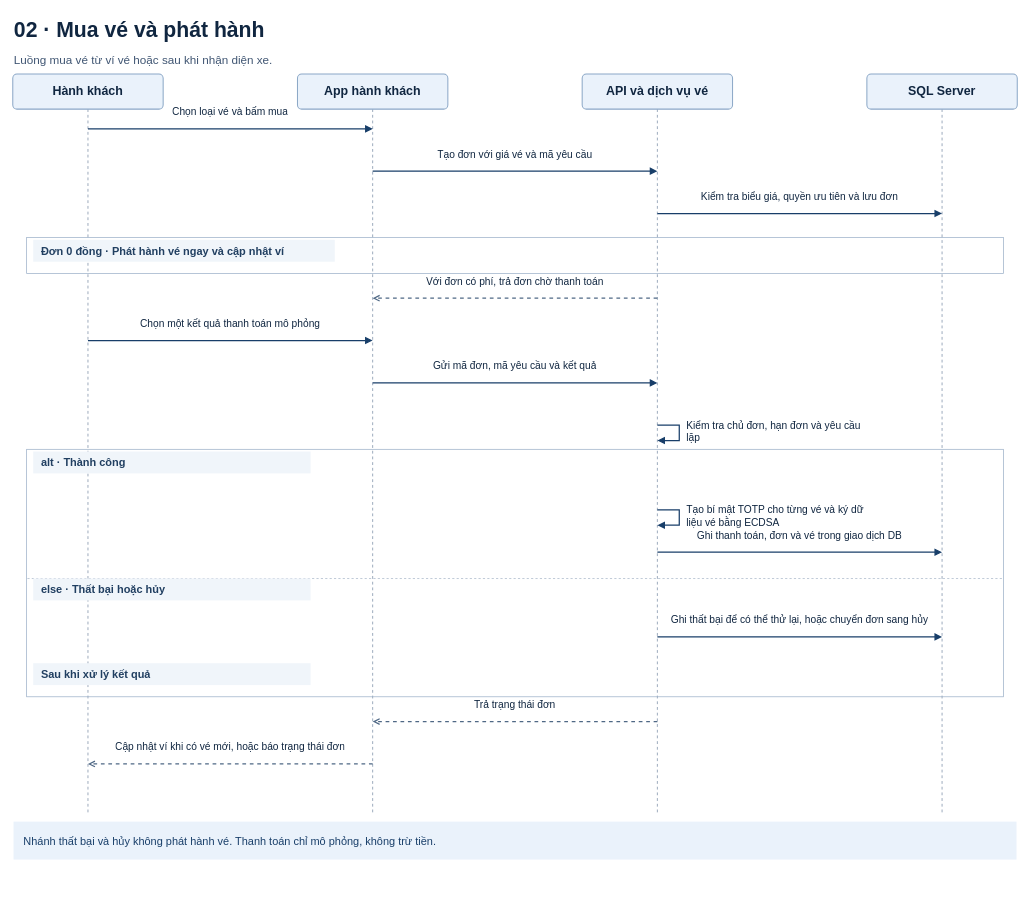
Earlier version of the draw.io diagram page "02 · Mua vé và phát hành" (2 of 6) of word/SmartBus - Sequence QR va soat ve.drawio (thinh082/DATN_NguyenPhuocThinh_1150070040). Source tidied: cells renumbered, new cells numbered last; positions are measured from the earlier drawing's top-left corner, leaving out a move shared by most shapes. Both pictures are drawn from the tidied source at 73%, with x=0, y=0 at pixel (12, 12).
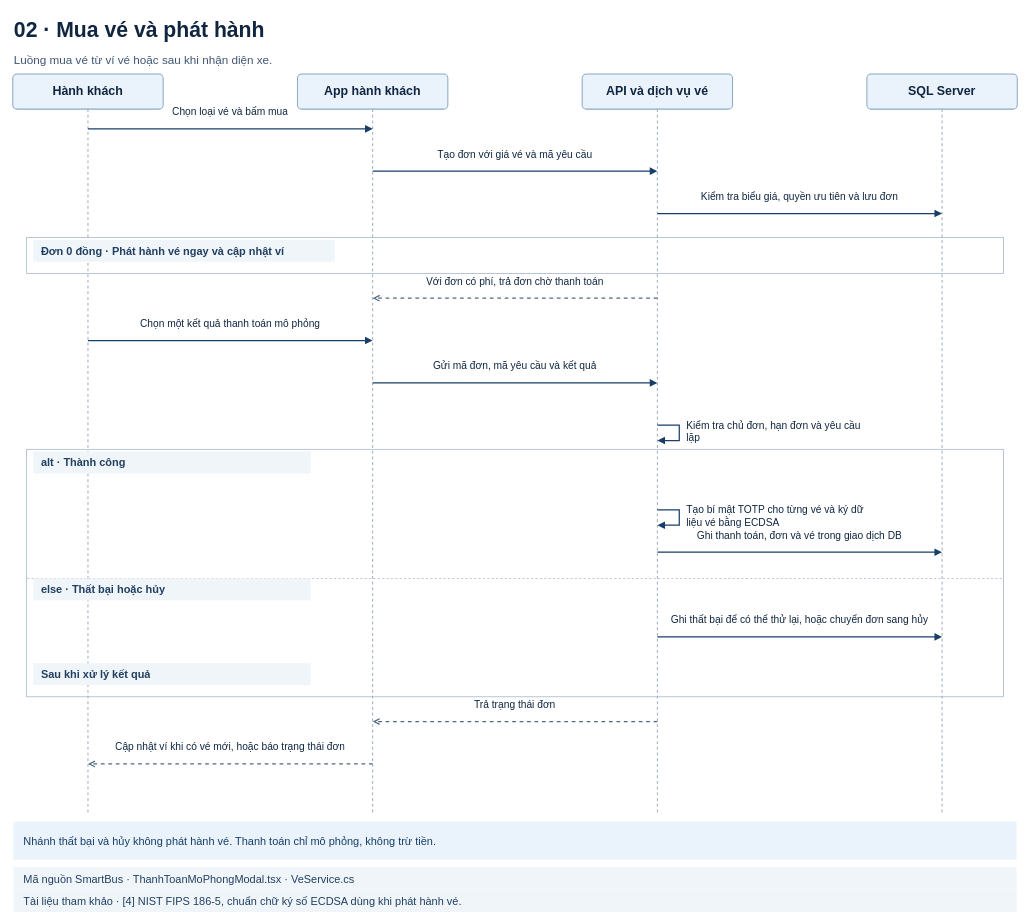
The same diagram, later.

Commit message (it also covers changes not shown here):
Document sources for SmartBus sequence diagrams

Change to the diagram source:
```diff
@@
+    <mxCell id="44" value="Mã nguồn SmartBus · ThanhToanMoPhongModal.tsx · VeService.cs" style="text;html=1;whiteSpace=wrap;overflow=hidden;strokeColor=none;fillColor=#F0F5FA;align=left;verticalAlign=middle;spacingLeft=12;fontFamily=Arial;fontSize=15;fontColor=#213F61;" parent="1" vertex="1">
+      <mxGeometry x="1" y="1170" width="1374" height="31" as="geometry" />
+    </mxCell>
+    <mxCell id="45" value="Tài liệu tham khảo · [4] NIST FIPS 186-5, chuẩn chữ ký số ECDSA dùng khi phát hành vé." style="text;html=1;whiteSpace=wrap;overflow=hidden;strokeColor=none;fillColor=#F0F5FA;align=left;verticalAlign=middle;spacingLeft=12;fontFamily=Arial;fontSize=15;fontColor=#213F61;" parent="1" vertex="1">
+      <mxGeometry x="1" y="1201" width="1374" height="31" as="geometry" />
+    </mxCell>
```
